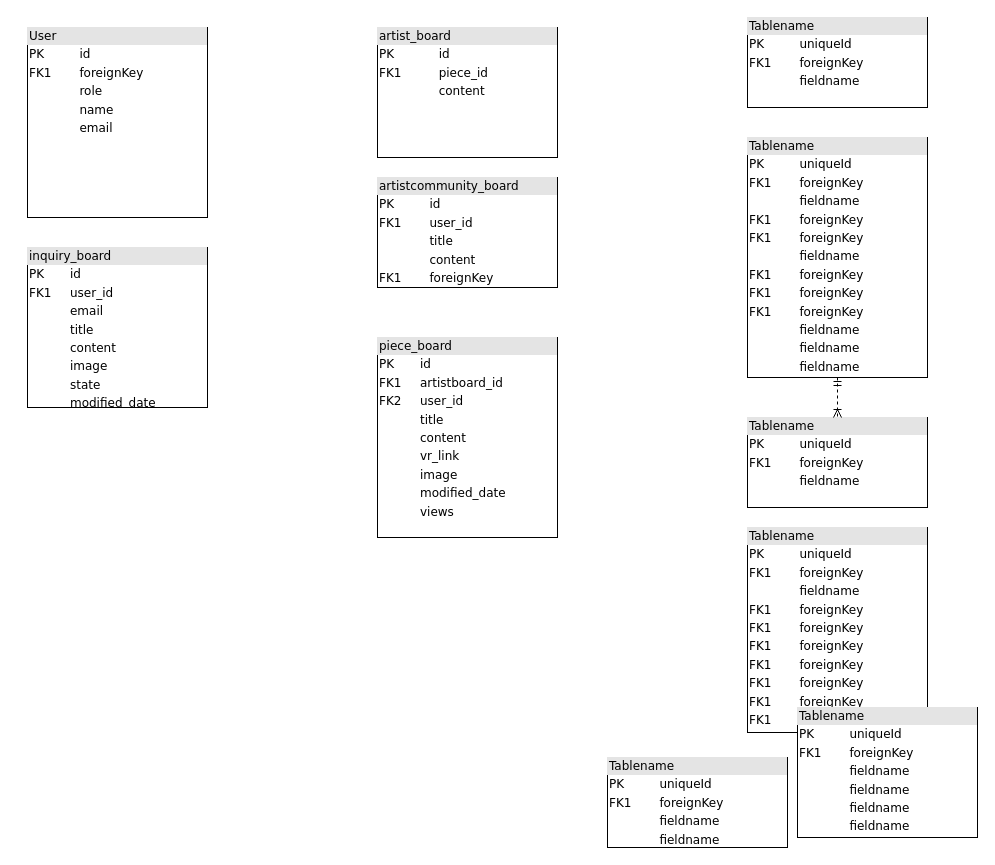
Earlier version of the draw.io diagram Untitled Diagram.drawio (yevini118/IMetA_project). Source tidied: cells renumbered, new cells numbered last; positions are measured from the earlier drawing's top-left corner, leaving out a move shared by most shapes. Both pictures are drawn from the tidied source at 100%, with x=0, y=0 at pixel (27, 17).
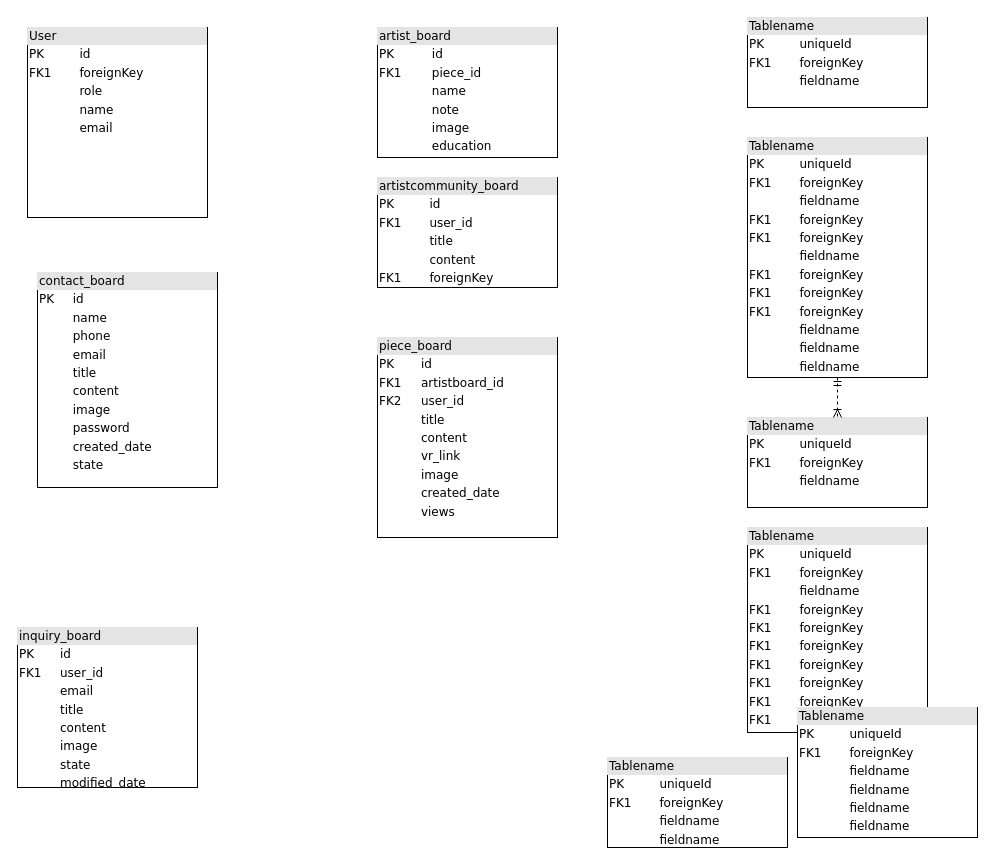
The same page after the edit.

Diff of the diagram source:
```diff
@@
 <mxGraphModel>
   <root>
     <mxCell id="0" />
     <mxCell id="1" parent="0" />
     <mxCell id="2" value="&lt;div style=&quot;box-sizing: border-box ; width: 100% ; background: #e4e4e4 ; padding: 2px&quot;&gt;User&lt;/div&gt;&lt;table style=&quot;width: 100% ; font-size: 1em&quot; cellpadding=&quot;2&quot; cellspacing=&quot;0&quot;&gt;&lt;tbody&gt;&lt;tr&gt;&lt;td&gt;PK&lt;/td&gt;&lt;td&gt;id&lt;/td&gt;&lt;/tr&gt;&lt;tr&gt;&lt;td&gt;FK1&lt;/td&gt;&lt;td&gt;foreignKey&lt;/td&gt;&lt;/tr&gt;&lt;tr&gt;&lt;td&gt;&lt;br&gt;&lt;/td&gt;&lt;td&gt;role&lt;/td&gt;&lt;/tr&gt;&lt;tr&gt;&lt;td&gt;&lt;/td&gt;&lt;td&gt;name&lt;br&gt;&lt;/td&gt;&lt;/tr&gt;&lt;tr&gt;&lt;td&gt;&lt;br&gt;&lt;/td&gt;&lt;td&gt;email&lt;/td&gt;&lt;/tr&gt;&lt;tr&gt;&lt;td&gt;&lt;br&gt;&lt;/td&gt;&lt;td&gt;&lt;br&gt;&lt;/td&gt;&lt;/tr&gt;&lt;tr&gt;&lt;td&gt;&lt;br&gt;&lt;/td&gt;&lt;td&gt;&lt;br&gt;&lt;/td&gt;&lt;/tr&gt;&lt;tr&gt;&lt;td&gt;&lt;br&gt;&lt;/td&gt;&lt;td&gt;&lt;br&gt;&lt;/td&gt;&lt;/tr&gt;&lt;tr&gt;&lt;td&gt;&lt;br&gt;&lt;/td&gt;&lt;td&gt;&lt;br&gt;&lt;/td&gt;&lt;/tr&gt;&lt;tr&gt;&lt;td&gt;&lt;br&gt;&lt;/td&gt;&lt;td&gt;&lt;br&gt;&lt;/td&gt;&lt;/tr&gt;&lt;tr&gt;&lt;td&gt;&lt;br&gt;&lt;/td&gt;&lt;td&gt;&lt;br&gt;&lt;/td&gt;&lt;/tr&gt;&lt;tr&gt;&lt;td&gt;&lt;br&gt;&lt;/td&gt;&lt;td&gt;&lt;br&gt;&lt;/td&gt;&lt;/tr&gt;&lt;/tbody&gt;&lt;/table&gt;" style="verticalAlign=top;align=left;overflow=fill;html=1;rounded=0;shadow=0;comic=0;labelBackgroundColor=none;strokeWidth=1;fontFamily=Verdana;fontSize=12;" parent="1" vertex="1">
       <mxGeometry y="10" width="180" height="190" as="geometry" />
     </mxCell>
-    <mxCell id="3" value="&lt;div style=&quot;box-sizing: border-box ; width: 100% ; background: #e4e4e4 ; padding: 2px&quot;&gt;artist_board&lt;/div&gt;&lt;table style=&quot;width: 100% ; font-size: 1em&quot; cellpadding=&quot;2&quot; cellspacing=&quot;0&quot;&gt;&lt;tbody&gt;&lt;tr&gt;&lt;td&gt;PK&lt;/td&gt;&lt;td&gt;id&lt;/td&gt;&lt;/tr&gt;&lt;tr&gt;&lt;td&gt;FK1&lt;/td&gt;&lt;td&gt;piece_id&lt;/td&gt;&lt;/tr&gt;&lt;tr&gt;&lt;td&gt;&lt;/td&gt;&lt;td&gt;content&lt;/td&gt;&lt;/tr&gt;&lt;tr&gt;&lt;td&gt;&lt;br&gt;&lt;/td&gt;&lt;td&gt;&lt;br&gt;&lt;/td&gt;&lt;/tr&gt;&lt;tr&gt;&lt;td&gt;&lt;br&gt;&lt;/td&gt;&lt;td&gt;&lt;br&gt;&lt;/td&gt;&lt;/tr&gt;&lt;tr&gt;&lt;td&gt;&lt;br&gt;&lt;/td&gt;&lt;td&gt;&lt;br&gt;&lt;/td&gt;&lt;/tr&gt;&lt;/tbody&gt;&lt;/table&gt;" style="verticalAlign=top;align=left;overflow=fill;html=1;rounded=0;shadow=0;comic=0;labelBackgroundColor=none;strokeWidth=1;fontFamily=Verdana;fontSize=12;" parent="1" vertex="1">
+    <mxCell id="3" value="&lt;div style=&quot;box-sizing: border-box ; width: 100% ; background: #e4e4e4 ; padding: 2px&quot;&gt;artist_board&lt;/div&gt;&lt;table style=&quot;width: 100% ; font-size: 1em&quot; cellpadding=&quot;2&quot; cellspacing=&quot;0&quot;&gt;&lt;tbody&gt;&lt;tr&gt;&lt;td&gt;PK&lt;/td&gt;&lt;td&gt;id&lt;/td&gt;&lt;/tr&gt;&lt;tr&gt;&lt;td&gt;FK1&lt;/td&gt;&lt;td&gt;piece_id&lt;/td&gt;&lt;/tr&gt;&lt;tr&gt;&lt;td&gt;&lt;/td&gt;&lt;td&gt;name&lt;/td&gt;&lt;/tr&gt;&lt;tr&gt;&lt;td&gt;&lt;br&gt;&lt;/td&gt;&lt;td&gt;note&lt;/td&gt;&lt;/tr&gt;&lt;tr&gt;&lt;td&gt;&lt;br&gt;&lt;/td&gt;&lt;td&gt;image&lt;/td&gt;&lt;/tr&gt;&lt;tr&gt;&lt;td&gt;&lt;br&gt;&lt;/td&gt;&lt;td&gt;education&lt;/td&gt;&lt;/tr&gt;&lt;/tbody&gt;&lt;/table&gt;" style="verticalAlign=top;align=left;overflow=fill;html=1;rounded=0;shadow=0;comic=0;labelBackgroundColor=none;strokeWidth=1;fontFamily=Verdana;fontSize=12;" parent="1" vertex="1">
       <mxGeometry x="350" y="10" width="180" height="130" as="geometry" />
     </mxCell>
     <mxCell id="4" value="&lt;div style=&quot;box-sizing: border-box ; width: 100% ; background: #e4e4e4 ; padding: 2px&quot;&gt;Tablename&lt;/div&gt;&lt;table style=&quot;width: 100% ; font-size: 1em&quot; cellpadding=&quot;2&quot; cellspacing=&quot;0&quot;&gt;&lt;tbody&gt;&lt;tr&gt;&lt;td&gt;PK&lt;/td&gt;&lt;td&gt;uniqueId&lt;/td&gt;&lt;/tr&gt;&lt;tr&gt;&lt;td&gt;FK1&lt;/td&gt;&lt;td&gt;foreignKey&lt;/td&gt;&lt;/tr&gt;&lt;tr&gt;&lt;td&gt;&lt;/td&gt;&lt;td&gt;fieldname&lt;/td&gt;&lt;/tr&gt;&lt;tr&gt;&lt;td&gt;&lt;br&gt;&lt;/td&gt;&lt;td&gt;fieldname&lt;br&gt;&lt;/td&gt;&lt;/tr&gt;&lt;/tbody&gt;&lt;/table&gt;" style="verticalAlign=top;align=left;overflow=fill;html=1;rounded=0;shadow=0;comic=0;labelBackgroundColor=none;strokeWidth=1;fontFamily=Verdana;fontSize=12;" parent="1" vertex="1">
       <mxGeometry x="580" y="740" width="180" height="90" as="geometry" />
     </mxCell>
-    <mxCell id="5" value="&lt;div style=&quot;box-sizing: border-box ; width: 100% ; background: #e4e4e4 ; padding: 2px&quot;&gt;piece_board&lt;/div&gt;&lt;table style=&quot;width: 100% ; font-size: 1em&quot; cellpadding=&quot;2&quot; cellspacing=&quot;0&quot;&gt;&lt;tbody&gt;&lt;tr&gt;&lt;td&gt;PK&lt;/td&gt;&lt;td&gt;id&lt;/td&gt;&lt;/tr&gt;&lt;tr&gt;&lt;td&gt;FK1&lt;/td&gt;&lt;td&gt;artistboard_id&lt;br&gt;&lt;/td&gt;&lt;/tr&gt;&lt;tr&gt;&lt;td&gt;FK2&lt;/td&gt;&lt;td&gt;user_id&lt;/td&gt;&lt;/tr&gt;&lt;tr&gt;&lt;td&gt;&lt;/td&gt;&lt;td&gt;title&lt;/td&gt;&lt;/tr&gt;&lt;tr&gt;&lt;td&gt;&lt;br&gt;&lt;/td&gt;&lt;td&gt;content&lt;/td&gt;&lt;/tr&gt;&lt;tr&gt;&lt;td&gt;&lt;br&gt;&lt;/td&gt;&lt;td&gt;vr_link&lt;/td&gt;&lt;/tr&gt;&lt;tr&gt;&lt;td&gt;&lt;br&gt;&lt;/td&gt;&lt;td&gt;image&lt;/td&gt;&lt;/tr&gt;&lt;tr&gt;&lt;td&gt;&lt;br&gt;&lt;/td&gt;&lt;td&gt;modified_date&lt;br&gt;&lt;/td&gt;&lt;/tr&gt;&lt;tr&gt;&lt;td&gt;&lt;br&gt;&lt;/td&gt;&lt;td&gt;views&lt;/td&gt;&lt;/tr&gt;&lt;/tbody&gt;&lt;/table&gt;" style="verticalAlign=top;align=left;overflow=fill;html=1;rounded=0;shadow=0;comic=0;labelBackgroundColor=none;strokeWidth=1;fontFamily=Verdana;fontSize=12;" parent="1" vertex="1">
+    <mxCell id="5" value="&lt;div style=&quot;box-sizing: border-box ; width: 100% ; background: #e4e4e4 ; padding: 2px&quot;&gt;piece_board&lt;/div&gt;&lt;table style=&quot;width: 100% ; font-size: 1em&quot; cellpadding=&quot;2&quot; cellspacing=&quot;0&quot;&gt;&lt;tbody&gt;&lt;tr&gt;&lt;td&gt;PK&lt;/td&gt;&lt;td&gt;id&lt;/td&gt;&lt;/tr&gt;&lt;tr&gt;&lt;td&gt;FK1&lt;/td&gt;&lt;td&gt;artistboard_id&lt;br&gt;&lt;/td&gt;&lt;/tr&gt;&lt;tr&gt;&lt;td&gt;FK2&lt;/td&gt;&lt;td&gt;user_id&lt;/td&gt;&lt;/tr&gt;&lt;tr&gt;&lt;td&gt;&lt;/td&gt;&lt;td&gt;title&lt;/td&gt;&lt;/tr&gt;&lt;tr&gt;&lt;td&gt;&lt;br&gt;&lt;/td&gt;&lt;td&gt;content&lt;/td&gt;&lt;/tr&gt;&lt;tr&gt;&lt;td&gt;&lt;br&gt;&lt;/td&gt;&lt;td&gt;vr_link&lt;/td&gt;&lt;/tr&gt;&lt;tr&gt;&lt;td&gt;&lt;br&gt;&lt;/td&gt;&lt;td&gt;image&lt;/td&gt;&lt;/tr&gt;&lt;tr&gt;&lt;td&gt;&lt;br&gt;&lt;/td&gt;&lt;td&gt;created_date&lt;br&gt;&lt;/td&gt;&lt;/tr&gt;&lt;tr&gt;&lt;td&gt;&lt;br&gt;&lt;/td&gt;&lt;td&gt;views&lt;/td&gt;&lt;/tr&gt;&lt;/tbody&gt;&lt;/table&gt;" style="verticalAlign=top;align=left;overflow=fill;html=1;rounded=0;shadow=0;comic=0;labelBackgroundColor=none;strokeWidth=1;fontFamily=Verdana;fontSize=12;" parent="1" vertex="1">
       <mxGeometry x="350" y="320" width="180" height="200" as="geometry" />
     </mxCell>
     <mxCell id="6" value="&lt;div style=&quot;box-sizing: border-box ; width: 100% ; background: #e4e4e4 ; padding: 2px&quot;&gt;Tablename&lt;/div&gt;&lt;table style=&quot;width: 100% ; font-size: 1em&quot; cellpadding=&quot;2&quot; cellspacing=&quot;0&quot;&gt;&lt;tbody&gt;&lt;tr&gt;&lt;td&gt;PK&lt;/td&gt;&lt;td&gt;uniqueId&lt;/td&gt;&lt;/tr&gt;&lt;tr&gt;&lt;td&gt;FK1&lt;/td&gt;&lt;td&gt;foreignKey&lt;/td&gt;&lt;/tr&gt;&lt;tr&gt;&lt;td&gt;&lt;/td&gt;&lt;td&gt;fieldname&lt;/td&gt;&lt;/tr&gt;&lt;tr&gt;&lt;td&gt;FK1&lt;br&gt;&lt;/td&gt;&lt;td&gt;foreignKey&lt;br&gt;&lt;/td&gt;&lt;/tr&gt;&lt;tr&gt;&lt;td&gt;FK1&lt;br&gt;&lt;/td&gt;&lt;td&gt;foreignKey&lt;br&gt;&lt;/td&gt;&lt;/tr&gt;&lt;tr&gt;&lt;td&gt;FK1&lt;br&gt;&lt;/td&gt;&lt;td&gt;foreignKey&lt;br&gt;&lt;/td&gt;&lt;/tr&gt;&lt;tr&gt;&lt;td&gt;FK1&lt;br&gt;&lt;/td&gt;&lt;td&gt;foreignKey&lt;br&gt;&lt;/td&gt;&lt;/tr&gt;&lt;tr&gt;&lt;td&gt;FK1&lt;br&gt;&lt;/td&gt;&lt;td&gt;foreignKey&lt;br&gt;&lt;/td&gt;&lt;/tr&gt;&lt;tr&gt;&lt;td&gt;FK1&lt;br&gt;&lt;/td&gt;&lt;td&gt;foreignKey&lt;br&gt;&lt;/td&gt;&lt;/tr&gt;&lt;tr&gt;&lt;td&gt;FK1&lt;br&gt;&lt;/td&gt;&lt;td&gt;foreignKey&lt;br&gt;&lt;/td&gt;&lt;/tr&gt;&lt;/tbody&gt;&lt;/table&gt;" style="verticalAlign=top;align=left;overflow=fill;html=1;rounded=0;shadow=0;comic=0;labelBackgroundColor=none;strokeWidth=1;fontFamily=Verdana;fontSize=12;" parent="1" vertex="1">
       <mxGeometry x="720" y="510" width="180" height="205" as="geometry" />
     </mxCell>
     <mxCell id="7" value="&lt;div style=&quot;box-sizing: border-box ; width: 100% ; background: #e4e4e4 ; padding: 2px&quot;&gt;artistcommunity_board&lt;/div&gt;&lt;table style=&quot;width: 100% ; font-size: 1em&quot; cellpadding=&quot;2&quot; cellspacing=&quot;0&quot;&gt;&lt;tbody&gt;&lt;tr&gt;&lt;td&gt;PK&lt;/td&gt;&lt;td&gt;id&lt;/td&gt;&lt;/tr&gt;&lt;tr&gt;&lt;td&gt;FK1&lt;/td&gt;&lt;td&gt;user_id&lt;/td&gt;&lt;/tr&gt;&lt;tr&gt;&lt;td&gt;&lt;/td&gt;&lt;td&gt;title&lt;/td&gt;&lt;/tr&gt;&lt;tr&gt;&lt;td&gt;&lt;br&gt;&lt;/td&gt;&lt;td&gt;content&lt;br&gt;&lt;/td&gt;&lt;/tr&gt;&lt;tr&gt;&lt;td&gt;FK1&lt;br&gt;&lt;/td&gt;&lt;td&gt;foreignKey&lt;br&gt;&lt;/td&gt;&lt;/tr&gt;&lt;/tbody&gt;&lt;/table&gt;" style="verticalAlign=top;align=left;overflow=fill;html=1;rounded=0;shadow=0;comic=0;labelBackgroundColor=none;strokeWidth=1;fontFamily=Verdana;fontSize=12;" parent="1" vertex="1">
       <mxGeometry x="350" y="160" width="180" height="110" as="geometry" />
     </mxCell>
     <mxCell id="8" value="&lt;div style=&quot;box-sizing: border-box ; width: 100% ; background: #e4e4e4 ; padding: 2px&quot;&gt;inquiry_board&lt;/div&gt;&lt;table style=&quot;width: 100% ; font-size: 1em&quot; cellpadding=&quot;2&quot; cellspacing=&quot;0&quot;&gt;&lt;tbody&gt;&lt;tr&gt;&lt;td&gt;PK&lt;/td&gt;&lt;td&gt;id&lt;/td&gt;&lt;/tr&gt;&lt;tr&gt;&lt;td&gt;FK1&lt;/td&gt;&lt;td&gt;user_id&lt;br&gt;&lt;/td&gt;&lt;/tr&gt;&lt;tr&gt;&lt;td&gt;&lt;br&gt;&lt;/td&gt;&lt;td&gt;email&lt;/td&gt;&lt;/tr&gt;&lt;tr&gt;&lt;td&gt;&lt;br&gt;&lt;/td&gt;&lt;td&gt;title&lt;br&gt;&lt;/td&gt;&lt;/tr&gt;&lt;tr&gt;&lt;td&gt;&lt;br&gt;&lt;/td&gt;&lt;td&gt;content&lt;br&gt;&lt;/td&gt;&lt;/tr&gt;&lt;tr&gt;&lt;td&gt;&lt;br&gt;&lt;/td&gt;&lt;td&gt;image&lt;br&gt;&lt;/td&gt;&lt;/tr&gt;&lt;tr&gt;&lt;td&gt;&lt;br&gt;&lt;/td&gt;&lt;td&gt;state&lt;/td&gt;&lt;/tr&gt;&lt;tr&gt;&lt;td&gt;&lt;br&gt;&lt;/td&gt;&lt;td&gt;modified_date&lt;br&gt;&lt;/td&gt;&lt;/tr&gt;&lt;tr&gt;&lt;td&gt;&lt;br&gt;&lt;/td&gt;&lt;td&gt;&lt;br&gt;&lt;/td&gt;&lt;/tr&gt;&lt;tr&gt;&lt;td&gt;&lt;br&gt;&lt;/td&gt;&lt;td&gt;&lt;br&gt;&lt;/td&gt;&lt;/tr&gt;&lt;tr&gt;&lt;td&gt;&lt;br&gt;&lt;/td&gt;&lt;td&gt;&lt;br&gt;&lt;/td&gt;&lt;/tr&gt;&lt;tr&gt;&lt;td&gt;&lt;br&gt;&lt;/td&gt;&lt;td&gt;&lt;/td&gt;&lt;/tr&gt;&lt;/tbody&gt;&lt;/table&gt;" style="verticalAlign=top;align=left;overflow=fill;html=1;rounded=0;shadow=0;comic=0;labelBackgroundColor=none;strokeWidth=1;fontFamily=Verdana;fontSize=12;" parent="1" vertex="1">
-      <mxGeometry y="230" width="180" height="160" as="geometry" />
+      <mxGeometry x="-10" y="610" width="180" height="160" as="geometry" />
     </mxCell>
     <mxCell id="9" value="&lt;div style=&quot;box-sizing:border-box;width:100%;background:#e4e4e4;padding:2px;&quot;&gt;Tablename&lt;/div&gt;&lt;table style=&quot;width:100%;font-size:1em;&quot; cellpadding=&quot;2&quot; cellspacing=&quot;0&quot;&gt;&lt;tr&gt;&lt;td&gt;PK&lt;/td&gt;&lt;td&gt;uniqueId&lt;/td&gt;&lt;/tr&gt;&lt;tr&gt;&lt;td&gt;FK1&lt;/td&gt;&lt;td&gt;foreignKey&lt;/td&gt;&lt;/tr&gt;&lt;tr&gt;&lt;td&gt;&lt;/td&gt;&lt;td&gt;fieldname&lt;/td&gt;&lt;/tr&gt;&lt;/table&gt;" style="verticalAlign=top;align=left;overflow=fill;html=1;rounded=0;shadow=0;comic=0;labelBackgroundColor=none;strokeWidth=1;fontFamily=Verdana;fontSize=12;" parent="1" vertex="1">
       <mxGeometry x="720" y="400" width="180" height="90" as="geometry" />
     </mxCell>
     <mxCell id="10" style="edgeStyle=orthogonalEdgeStyle;html=1;entryX=0.5;entryY=0;dashed=1;labelBackgroundColor=none;startArrow=ERmandOne;endArrow=ERoneToMany;fontFamily=Verdana;fontSize=12;align=left;" parent="1" edge="1" source="11" target="9">
       <mxGeometry relative="1" as="geometry" />
     </mxCell>
     <mxCell id="11" value="&lt;div style=&quot;box-sizing: border-box ; width: 100% ; background: #e4e4e4 ; padding: 2px&quot;&gt;Tablename&lt;/div&gt;&lt;table style=&quot;width: 100% ; font-size: 1em&quot; cellpadding=&quot;2&quot; cellspacing=&quot;0&quot;&gt;&lt;tbody&gt;&lt;tr&gt;&lt;td&gt;PK&lt;/td&gt;&lt;td&gt;uniqueId&lt;/td&gt;&lt;/tr&gt;&lt;tr&gt;&lt;td&gt;FK1&lt;/td&gt;&lt;td&gt;foreignKey&lt;/td&gt;&lt;/tr&gt;&lt;tr&gt;&lt;td&gt;&lt;/td&gt;&lt;td&gt;fieldname&lt;/td&gt;&lt;/tr&gt;&lt;tr&gt;&lt;td&gt;FK1&lt;br&gt;&lt;/td&gt;&lt;td&gt;foreignKey&lt;br&gt;&lt;/td&gt;&lt;/tr&gt;&lt;tr&gt;&lt;td&gt;FK1&lt;br&gt;&lt;/td&gt;&lt;td&gt;foreignKey&lt;br&gt;&lt;/td&gt;&lt;/tr&gt;&lt;tr&gt;&lt;td&gt;&lt;br&gt;&lt;/td&gt;&lt;td&gt;fieldname&lt;br&gt;&lt;/td&gt;&lt;/tr&gt;&lt;tr&gt;&lt;td&gt;FK1&lt;br&gt;&lt;/td&gt;&lt;td&gt;foreignKey&lt;br&gt;&lt;/td&gt;&lt;/tr&gt;&lt;tr&gt;&lt;td&gt;FK1&lt;br&gt;&lt;/td&gt;&lt;td&gt;foreignKey&lt;br&gt;&lt;/td&gt;&lt;/tr&gt;&lt;tr&gt;&lt;td&gt;FK1&lt;br&gt;&lt;/td&gt;&lt;td&gt;foreignKey&lt;br&gt;&lt;/td&gt;&lt;/tr&gt;&lt;tr&gt;&lt;td&gt;&lt;br&gt;&lt;/td&gt;&lt;td&gt;fieldname&lt;br&gt;&lt;/td&gt;&lt;/tr&gt;&lt;tr&gt;&lt;td&gt;&lt;br&gt;&lt;/td&gt;&lt;td&gt;fieldname&lt;br&gt;&lt;/td&gt;&lt;/tr&gt;&lt;tr&gt;&lt;td&gt;&lt;br&gt;&lt;/td&gt;&lt;td&gt;fieldname&lt;br&gt;&lt;/td&gt;&lt;/tr&gt;&lt;/tbody&gt;&lt;/table&gt;" style="verticalAlign=top;align=left;overflow=fill;html=1;rounded=0;shadow=0;comic=0;labelBackgroundColor=none;strokeWidth=1;fontFamily=Verdana;fontSize=12;" parent="1" vertex="1">
       <mxGeometry x="720" y="120" width="180" height="240" as="geometry" />
     </mxCell>
     <mxCell id="12" value="&lt;div style=&quot;box-sizing:border-box;width:100%;background:#e4e4e4;padding:2px;&quot;&gt;Tablename&lt;/div&gt;&lt;table style=&quot;width:100%;font-size:1em;&quot; cellpadding=&quot;2&quot; cellspacing=&quot;0&quot;&gt;&lt;tr&gt;&lt;td&gt;PK&lt;/td&gt;&lt;td&gt;uniqueId&lt;/td&gt;&lt;/tr&gt;&lt;tr&gt;&lt;td&gt;FK1&lt;/td&gt;&lt;td&gt;foreignKey&lt;/td&gt;&lt;/tr&gt;&lt;tr&gt;&lt;td&gt;&lt;/td&gt;&lt;td&gt;fieldname&lt;/td&gt;&lt;/tr&gt;&lt;/table&gt;" style="verticalAlign=top;align=left;overflow=fill;html=1;rounded=0;shadow=0;comic=0;labelBackgroundColor=none;strokeWidth=1;fontFamily=Verdana;fontSize=12;" parent="1" vertex="1">
       <mxGeometry x="720" width="180" height="90" as="geometry" />
     </mxCell>
     <mxCell id="13" value="&lt;div style=&quot;box-sizing: border-box ; width: 100% ; background: #e4e4e4 ; padding: 2px&quot;&gt;Tablename&lt;/div&gt;&lt;table style=&quot;width: 100% ; font-size: 1em&quot; cellpadding=&quot;2&quot; cellspacing=&quot;0&quot;&gt;&lt;tbody&gt;&lt;tr&gt;&lt;td&gt;PK&lt;/td&gt;&lt;td&gt;uniqueId&lt;/td&gt;&lt;/tr&gt;&lt;tr&gt;&lt;td&gt;FK1&lt;/td&gt;&lt;td&gt;foreignKey&lt;/td&gt;&lt;/tr&gt;&lt;tr&gt;&lt;td&gt;&lt;/td&gt;&lt;td&gt;fieldname&lt;/td&gt;&lt;/tr&gt;&lt;tr&gt;&lt;td&gt;&lt;br&gt;&lt;/td&gt;&lt;td&gt;fieldname&lt;br&gt;&lt;/td&gt;&lt;/tr&gt;&lt;tr&gt;&lt;td&gt;&lt;br&gt;&lt;/td&gt;&lt;td&gt;fieldname&lt;br&gt;&lt;/td&gt;&lt;/tr&gt;&lt;tr&gt;&lt;td&gt;&lt;br&gt;&lt;/td&gt;&lt;td&gt;fieldname&lt;br&gt;&lt;/td&gt;&lt;/tr&gt;&lt;/tbody&gt;&lt;/table&gt;" style="verticalAlign=top;align=left;overflow=fill;html=1;rounded=0;shadow=0;comic=0;labelBackgroundColor=none;strokeWidth=1;fontFamily=Verdana;fontSize=12;" parent="1" vertex="1">
       <mxGeometry x="770" y="690" width="180" height="130" as="geometry" />
     </mxCell>
+    <mxCell id="14" value="&lt;div style=&quot;box-sizing: border-box ; width: 100% ; background: #e4e4e4 ; padding: 2px&quot;&gt;contact_board&lt;/div&gt;&lt;table style=&quot;width: 100% ; font-size: 1em&quot; cellpadding=&quot;2&quot; cellspacing=&quot;0&quot;&gt;&lt;tbody&gt;&lt;tr&gt;&lt;td&gt;PK&lt;/td&gt;&lt;td&gt;id&lt;/td&gt;&lt;/tr&gt;&lt;tr&gt;&lt;td&gt;&lt;br&gt;&lt;/td&gt;&lt;td&gt;name&lt;/td&gt;&lt;/tr&gt;&lt;tr&gt;&lt;td&gt;&lt;br&gt;&lt;/td&gt;&lt;td&gt;phone&lt;/td&gt;&lt;/tr&gt;&lt;tr&gt;&lt;td&gt;&lt;br&gt;&lt;/td&gt;&lt;td&gt;email&lt;/td&gt;&lt;/tr&gt;&lt;tr&gt;&lt;td&gt;&lt;br&gt;&lt;/td&gt;&lt;td&gt;title&lt;br&gt;&lt;/td&gt;&lt;/tr&gt;&lt;tr&gt;&lt;td&gt;&lt;br&gt;&lt;/td&gt;&lt;td&gt;content&lt;br&gt;&lt;/td&gt;&lt;/tr&gt;&lt;tr&gt;&lt;td&gt;&lt;br&gt;&lt;/td&gt;&lt;td&gt;image&lt;br&gt;&lt;/td&gt;&lt;/tr&gt;&lt;tr&gt;&lt;td&gt;&lt;br&gt;&lt;/td&gt;&lt;td&gt;password&lt;/td&gt;&lt;/tr&gt;&lt;tr&gt;&lt;td&gt;&lt;br&gt;&lt;/td&gt;&lt;td&gt;created_date&lt;br&gt;&lt;/td&gt;&lt;/tr&gt;&lt;tr&gt;&lt;td&gt;&lt;br&gt;&lt;/td&gt;&lt;td&gt;state&lt;/td&gt;&lt;/tr&gt;&lt;tr&gt;&lt;td&gt;&lt;br&gt;&lt;/td&gt;&lt;td&gt;&lt;br&gt;&lt;/td&gt;&lt;/tr&gt;&lt;tr&gt;&lt;td&gt;&lt;br&gt;&lt;/td&gt;&lt;td&gt;&lt;br&gt;&lt;/td&gt;&lt;/tr&gt;&lt;tr&gt;&lt;td&gt;&lt;br&gt;&lt;/td&gt;&lt;td&gt;&lt;/td&gt;&lt;/tr&gt;&lt;/tbody&gt;&lt;/table&gt;" style="verticalAlign=top;align=left;overflow=fill;html=1;rounded=0;shadow=0;comic=0;labelBackgroundColor=none;strokeWidth=1;fontFamily=Verdana;fontSize=12;" parent="1" vertex="1">
+      <mxGeometry x="10" y="255" width="180" height="215" as="geometry" />
+    </mxCell>
   </root>
 </mxGraphModel>
```
